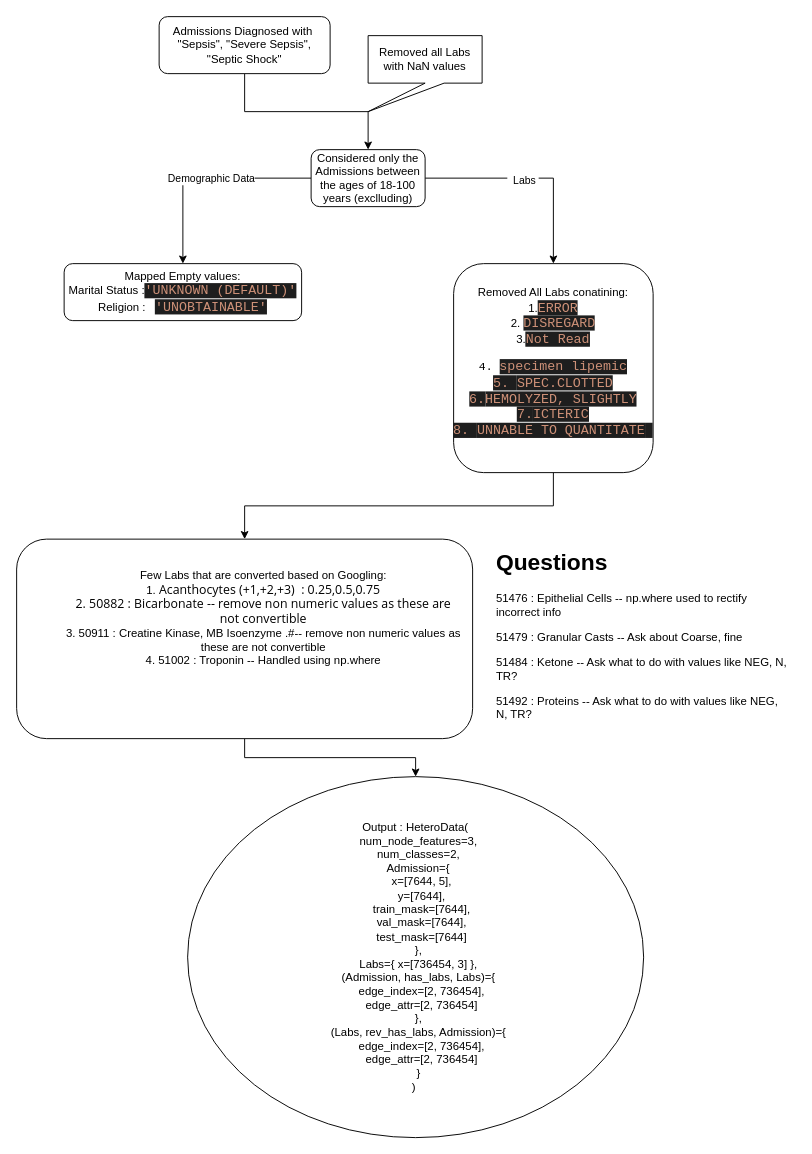
This is MIMICDataPreprocessing.drawio from Aftab571/MasterThesisFinal, a draw.io file, before an edit. Source tidied: cells renumbered, new cells numbered last; positions are measured from the earlier drawing's top-left corner, leaving out a move shared by most shapes. Both pictures are drawn from the tidied source at 95%, with x=0, y=0 at pixel (16, 16).
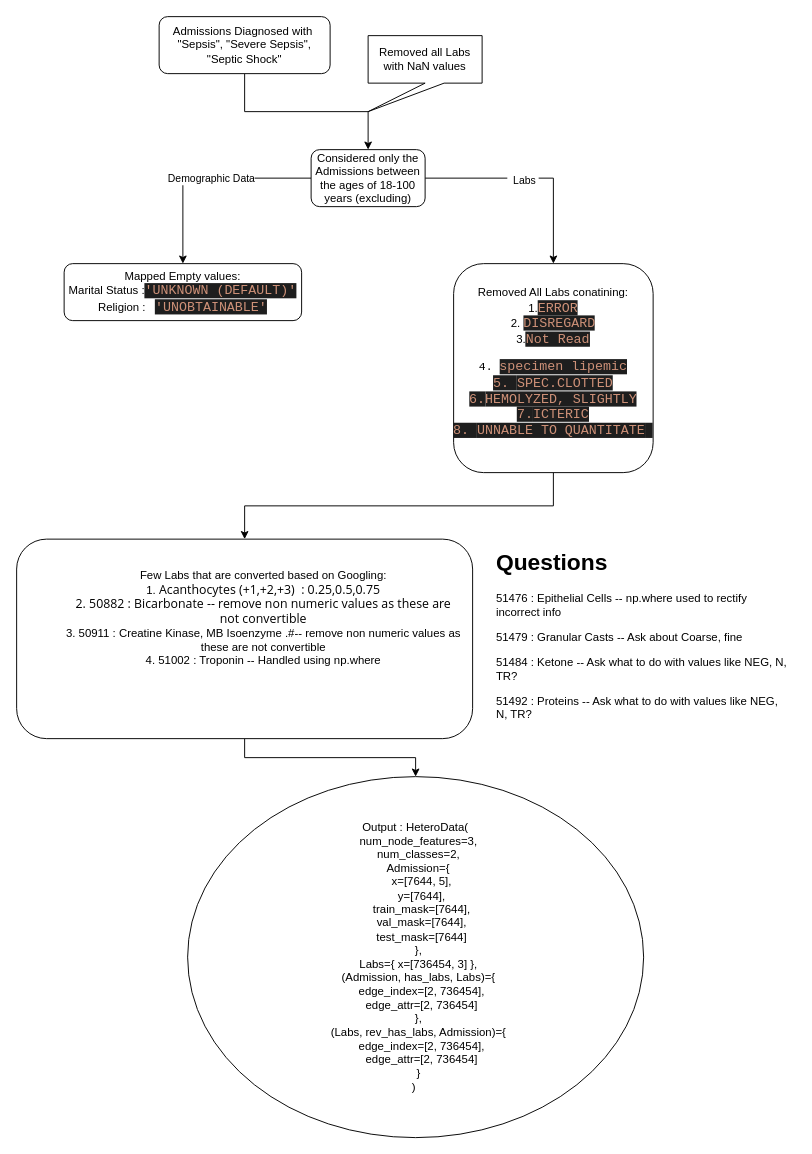
The same page after the edit.

Diff of the diagram source:
```diff
@@
 <mxGraphModel>
   <root>
     <mxCell id="0" />
     <mxCell id="1" parent="0" />
     <mxCell id="2" style="edgeStyle=orthogonalEdgeStyle;rounded=0;jettySize=auto;html=1;" parent="1" edge="1" source="3" target="8">
       <mxGeometry relative="1" as="geometry" />
     </mxCell>
     <mxCell id="3" value="Admissions Diagnosed with&amp;nbsp;&lt;br&gt;&quot;Sepsis&quot;, &quot;Severe Sepsis&quot;, &quot;Septic Shock&quot;" style="rounded=1;whiteSpace=wrap;html=1;" parent="1" vertex="1">
       <mxGeometry x="150" width="180" height="60" as="geometry" />
     </mxCell>
     <mxCell id="4" style="edgeStyle=orthogonalEdgeStyle;rounded=0;jettySize=auto;html=1;" parent="1" edge="1" source="8" target="10">
       <mxGeometry relative="1" as="geometry" />
     </mxCell>
     <mxCell id="5" value="Demographic Data" style="edgeLabel;html=1;align=center;verticalAlign=middle;" parent="4" vertex="1">
       <mxGeometry x="-0.06" relative="1" as="geometry" />
     </mxCell>
     <mxCell id="6" style="edgeStyle=orthogonalEdgeStyle;rounded=0;jettySize=auto;html=1;" parent="1" edge="1" source="8" target="12">
       <mxGeometry relative="1" as="geometry" />
     </mxCell>
     <mxCell id="7" value="&amp;nbsp; Labs&amp;nbsp;" style="edgeLabel;html=1;align=center;verticalAlign=middle;" parent="6" vertex="1">
       <mxGeometry x="-0.09" y="-2" relative="1" as="geometry" />
     </mxCell>
-    <mxCell id="8" value="Considered only the Admissions between the ages of 18-100 years (exclluding)" style="whiteSpace=wrap;html=1;rounded=1;" parent="1" vertex="1">
+    <mxCell id="8" value="Considered only the Admissions between the ages of 18-100 years (excluding)" style="whiteSpace=wrap;html=1;rounded=1;" parent="1" vertex="1">
       <mxGeometry x="310" y="140" width="120" height="60" as="geometry" />
     </mxCell>
     <mxCell id="9" value="Removed all Labs with NaN values" style="shape=callout;whiteSpace=wrap;html=1;perimeter=calloutPerimeter;position2=0;" parent="1" vertex="1">
       <mxGeometry x="370" y="20" width="120" height="80" as="geometry" />
     </mxCell>
     <mxCell id="10" value="Mapped Empty values:&lt;br&gt;Marital Status :&lt;span style=&quot;color: rgb(206, 145, 120); background-color: rgb(30, 30, 30); font-family: Consolas, &amp;quot;Courier New&amp;quot;, monospace; font-size: 14px;&quot;&gt;'UNKNOWN&amp;nbsp;(DEFAULT)'&lt;br&gt;&lt;/span&gt;&lt;span style=&quot;background-color: initial;&quot;&gt;Religion :&amp;nbsp; &amp;nbsp;&lt;/span&gt;&lt;span style=&quot;color: rgb(206, 145, 120); background-color: rgb(30, 30, 30); font-family: Consolas, &amp;quot;Courier New&amp;quot;, monospace; font-size: 14px;&quot;&gt;'UNOBTAINABLE'&lt;/span&gt;" style="whiteSpace=wrap;html=1;rounded=1;" parent="1" vertex="1">
       <mxGeometry x="50" y="260" width="250" height="60" as="geometry" />
     </mxCell>
     <mxCell id="11" style="edgeStyle=orthogonalEdgeStyle;rounded=0;jettySize=auto;html=1;" parent="1" edge="1" source="12" target="14">
       <mxGeometry relative="1" as="geometry" />
     </mxCell>
     <mxCell id="12" value="Removed All Labs conatining:&lt;br&gt;1.&lt;span style=&quot;color: rgb(206, 145, 120); background-color: rgb(30, 30, 30); font-family: Consolas, &amp;quot;Courier New&amp;quot;, monospace; font-size: 14px;&quot;&gt;ERROR&lt;/span&gt;&lt;br&gt;2.&amp;nbsp;&lt;span style=&quot;color: rgb(206, 145, 120); background-color: rgb(30, 30, 30); font-family: Consolas, &amp;quot;Courier New&amp;quot;, monospace; font-size: 14px;&quot;&gt;DISREGARD&lt;/span&gt;&lt;br&gt;3.&lt;font face=&quot;Consolas, Courier New, monospace&quot; color=&quot;#ce9178&quot;&gt;&lt;span style=&quot;font-size: 14px; background-color: rgb(30, 30, 30);&quot;&gt;Not Read&lt;/span&gt;&lt;/font&gt;&lt;pre&gt;4.&amp;nbsp;&lt;span style=&quot;color: rgb(206, 145, 120); background-color: rgb(30, 30, 30); font-family: Consolas, &amp;quot;Courier New&amp;quot;, monospace; font-size: 14px;&quot;&gt;specimen&amp;nbsp;lipemic&lt;/span&gt;&lt;span style=&quot;color: rgb(206, 145, 120); background-color: rgb(30, 30, 30); font-family: Consolas, &amp;quot;Courier New&amp;quot;, monospace; font-size: 14px;&quot;&gt;&lt;br&gt;&lt;/span&gt;&lt;span style=&quot;color: rgb(206, 145, 120); background-color: rgb(30, 30, 30); font-family: Consolas, &amp;quot;Courier New&amp;quot;, monospace; font-size: 14px;&quot;&gt;5. &lt;/span&gt;&lt;span style=&quot;color: rgb(206, 145, 120); background-color: rgb(30, 30, 30); font-family: Consolas, &amp;quot;Courier New&amp;quot;, monospace; font-size: 14px;&quot;&gt;SPEC.CLOTTED&lt;br&gt;&lt;/span&gt;&lt;span style=&quot;background-color: rgb(30, 30, 30); color: rgb(206, 145, 120); font-family: Consolas, &amp;quot;Courier New&amp;quot;, monospace; font-size: 14px;&quot;&gt;6.&lt;/span&gt;&lt;span style=&quot;color: rgb(206, 145, 120); background-color: rgb(30, 30, 30); font-family: Consolas, &amp;quot;Courier New&amp;quot;, monospace; font-size: 14px;&quot;&gt;HEMOLYZED,&amp;nbsp;SLIGHTLY&lt;br&gt;&lt;/span&gt;&lt;span style=&quot;background-color: rgb(30, 30, 30); color: rgb(206, 145, 120); font-family: Consolas, &amp;quot;Courier New&amp;quot;, monospace; font-size: 14px;&quot;&gt;7.&lt;/span&gt;&lt;span style=&quot;color: rgb(206, 145, 120); background-color: rgb(30, 30, 30); font-family: Consolas, &amp;quot;Courier New&amp;quot;, monospace; font-size: 14px;&quot;&gt;ICTERIC&lt;br&gt;&lt;/span&gt;&lt;span style=&quot;background-color: rgb(30, 30, 30); color: rgb(206, 145, 120); font-family: Consolas, &amp;quot;Courier New&amp;quot;, monospace; font-size: 14px;&quot;&gt;8.&amp;nbsp;&lt;/span&gt;&lt;span style=&quot;color: rgb(206, 145, 120); background-color: rgb(30, 30, 30); font-family: Consolas, &amp;quot;Courier New&amp;quot;, monospace; font-size: 14px;&quot;&gt;UNNABLE&amp;nbsp;TO&amp;nbsp;QUANTITATE&lt;/span&gt;&lt;span style=&quot;background-color: rgb(30, 30, 30); color: rgb(206, 145, 120); font-family: Consolas, &amp;quot;Courier New&amp;quot;, monospace; font-size: 14px;&quot;&gt;&amp;nbsp;&lt;/span&gt;&lt;/pre&gt;" style="whiteSpace=wrap;html=1;rounded=1;" parent="1" vertex="1">
       <mxGeometry x="460" y="260" width="210" height="220" as="geometry" />
     </mxCell>
     <mxCell id="13" style="edgeStyle=orthogonalEdgeStyle;rounded=0;jettySize=auto;html=1;fontColor=#000000;" parent="1" edge="1" source="14" target="16">
       <mxGeometry relative="1" as="geometry" />
     </mxCell>
     <mxCell id="14" value="&lt;blockquote style=&quot;margin: 0 0 0 40px; border: none; padding: 0px;&quot;&gt;Few Labs that are converted based on Googling:&lt;br&gt;1.&amp;nbsp;&lt;span style=&quot;text-align: start; background-color: rgb(255, 255, 255);&quot;&gt;&lt;font face=&quot;Open Sans, HelveticaNeue-Light, Helvetica Neue Light, Helvetica Neue, Helvetica, Arial, sans-serif&quot;&gt;&lt;span style=&quot;font-size: 13px;&quot;&gt;Acanthocytes (+1,+2,+3)&amp;nbsp; : 0.25,0.5,0.75&lt;/span&gt;&lt;/font&gt;&lt;br&gt;&lt;/span&gt;&lt;span style=&quot;text-align: start; background-color: rgb(255, 255, 255);&quot;&gt;&lt;font face=&quot;Open Sans, HelveticaNeue-Light, Helvetica Neue Light, Helvetica Neue, Helvetica, Arial, sans-serif&quot;&gt;&lt;span style=&quot;font-size: 13px;&quot;&gt;2. 50882 : Bicarbonate -- remove non numeric values as these are not&amp;nbsp;convertible&lt;br&gt;&lt;/span&gt;&lt;/font&gt;&lt;/span&gt;&lt;span style=&quot;text-align: start; background-color: rgb(255, 255, 255);&quot;&gt;3. 50911 : Creatine Kinase, MB Isoenzyme .#-- remove non numeric values as these are not convertible&lt;br&gt;&lt;/span&gt;&lt;span style=&quot;text-align: start; background-color: rgb(255, 255, 255);&quot;&gt;4. 51002 : Troponin -- Handled using np.where&lt;/span&gt;&lt;/blockquote&gt;&lt;span style=&quot;text-align: start; background-color: rgb(255, 255, 255);&quot;&gt;&lt;br&gt;&lt;font face=&quot;Open Sans, HelveticaNeue-Light, Helvetica Neue Light, Helvetica Neue, Helvetica, Arial, sans-serif&quot;&gt;&lt;span style=&quot;font-size: 13px;&quot;&gt;&amp;nbsp;&amp;nbsp;&lt;/span&gt;&lt;/font&gt;&lt;br&gt;&lt;br&gt;&lt;/span&gt;" style="whiteSpace=wrap;html=1;rounded=1;" parent="1" vertex="1">
       <mxGeometry y="550" width="480" height="210" as="geometry" />
     </mxCell>
     <mxCell id="15" value="&lt;h1&gt;Questions&lt;/h1&gt;&lt;p&gt;51476 : Epithelial Cells -- np.where used to rectify incorrect info&lt;/p&gt;&lt;p&gt;51479 : Granular Casts -- Ask about Coarse, fine&lt;br&gt;&lt;/p&gt;&lt;p&gt;51484 : Ketone -- Ask what to do with values like NEG, N, TR?&lt;br&gt;&lt;/p&gt;&lt;p&gt;51492 : Proteins -- Ask what to do with values like NEG, N, TR?&lt;br&gt;&lt;/p&gt;&lt;p&gt;50827 : Ventilation Rate&amp;nbsp; -- Harmonic Mean good?&lt;/p&gt;" style="text;html=1;strokeColor=none;fillColor=none;spacing=5;spacingTop=-20;whiteSpace=wrap;overflow=hidden;rounded=0;labelBackgroundColor=#FFFFFF;fontColor=#000000;" parent="1" vertex="1">
       <mxGeometry x="500" y="555" width="320" height="195" as="geometry" />
     </mxCell>
     <mxCell id="16" value="Output :&amp;nbsp;&lt;span style=&quot;background-color: initial;&quot;&gt;HeteroData(&lt;/span&gt;&lt;div&gt;&amp;nbsp; num_node_features=3,&lt;/div&gt;&lt;div&gt;&amp;nbsp; num_classes=2,&lt;/div&gt;&lt;div&gt;&amp;nbsp; Admission={&lt;/div&gt;&lt;div&gt;&amp;nbsp; &amp;nbsp; x=[7644, 5],&lt;/div&gt;&lt;div&gt;&amp;nbsp; &amp;nbsp; y=[7644],&lt;/div&gt;&lt;div&gt;&amp;nbsp; &amp;nbsp; train_mask=[7644],&lt;/div&gt;&lt;div&gt;&amp;nbsp; &amp;nbsp; val_mask=[7644],&lt;/div&gt;&lt;div&gt;&amp;nbsp; &amp;nbsp; test_mask=[7644]&lt;/div&gt;&lt;div&gt;&amp;nbsp; },&lt;/div&gt;&lt;div&gt;&amp;nbsp; Labs={ x=[736454, 3] },&lt;/div&gt;&lt;div&gt;&amp;nbsp; (Admission, has_labs, Labs)={&lt;/div&gt;&lt;div&gt;&amp;nbsp; &amp;nbsp; edge_index=[2, 736454],&lt;/div&gt;&lt;div&gt;&amp;nbsp; &amp;nbsp; edge_attr=[2, 736454]&lt;/div&gt;&lt;div&gt;&amp;nbsp; },&lt;/div&gt;&lt;div&gt;&amp;nbsp; (Labs, rev_has_labs, Admission)={&lt;/div&gt;&lt;div&gt;&amp;nbsp; &amp;nbsp; edge_index=[2, 736454],&lt;/div&gt;&lt;div&gt;&amp;nbsp; &amp;nbsp; edge_attr=[2, 736454]&lt;/div&gt;&lt;div&gt;&amp;nbsp; }&lt;/div&gt;&lt;span style=&quot;background-color: initial;&quot;&gt;)&lt;/span&gt;&amp;nbsp;" style="ellipse;whiteSpace=wrap;html=1;rounded=1;" parent="1" vertex="1">
       <mxGeometry x="180" y="800" width="480" height="380" as="geometry" />
     </mxCell>
   </root>
 </mxGraphModel>
```
